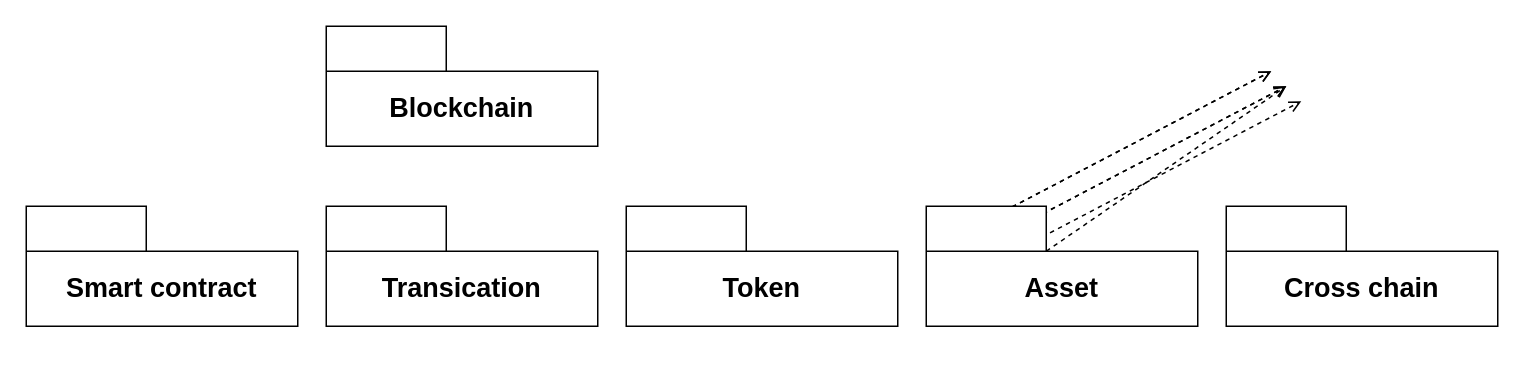
zz0-0/dial_editor keeps this draw.io diagram as page "Package diagram - Blockchain" (16 of 25) of doc/dial_editor.drawio. Above is the earlier version. Source tidied: cells renumbered, new cells numbered last; positions are measured from the earlier drawing's top-left corner, leaving out a move shared by most shapes. Both pictures are drawn from the tidied source at 150%, with x=0, y=0 at pixel (26, 26).
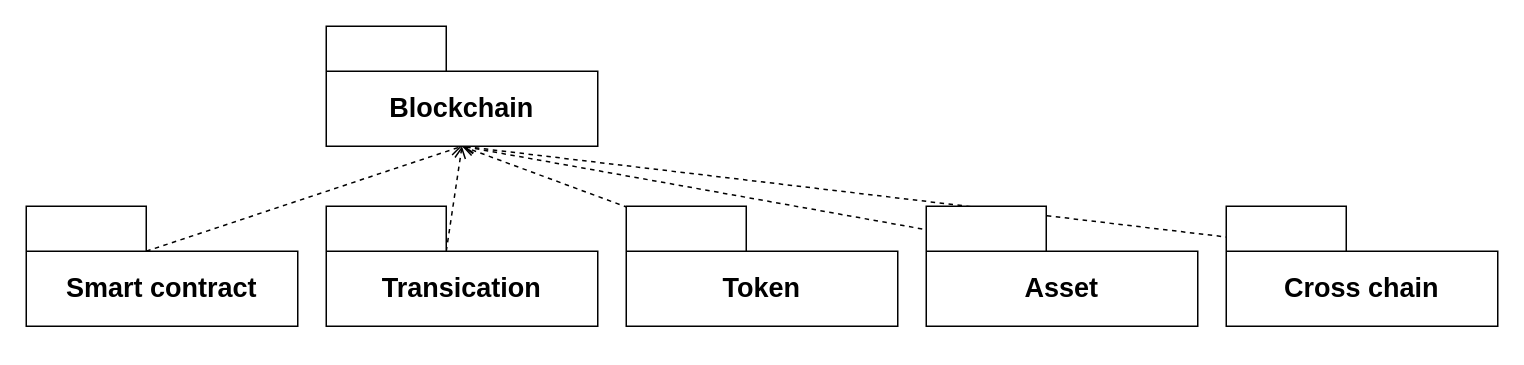
The same diagram, later.

Unchanged cells that the change refers to:
```xml
<mxCell id="8" value="Blockchain" style="shape=folder;fontStyle=1;tabWidth=80;tabHeight=30;tabPosition=left;html=1;boundedLbl=1;whiteSpace=wrap;fontSize=18;" parent="1" vertex="1">
  <mxGeometry x="200" width="181" height="80" as="geometry" />
</mxCell>
<mxCell id="9" value="Smart contract" style="shape=folder;fontStyle=1;tabWidth=80;tabHeight=30;tabPosition=left;html=1;boundedLbl=1;whiteSpace=wrap;fontSize=18;" parent="1" vertex="1">
  <mxGeometry y="120" width="181" height="80" as="geometry" />
</mxCell>
<mxCell id="10" value="Transication" style="shape=folder;fontStyle=1;tabWidth=80;tabHeight=30;tabPosition=left;html=1;boundedLbl=1;whiteSpace=wrap;fontSize=18;" parent="1" vertex="1">
  <mxGeometry x="200" y="120" width="181" height="80" as="geometry" />
</mxCell>
<mxCell id="11" value="Token" style="shape=folder;fontStyle=1;tabWidth=80;tabHeight=30;tabPosition=left;html=1;boundedLbl=1;whiteSpace=wrap;fontSize=18;" parent="1" vertex="1">
  <mxGeometry x="400" y="120" width="181" height="80" as="geometry" />
</mxCell>
<mxCell id="13" value="Asset" style="shape=folder;fontStyle=1;tabWidth=80;tabHeight=30;tabPosition=left;html=1;boundedLbl=1;whiteSpace=wrap;fontSize=18;" parent="1" vertex="1">
  <mxGeometry x="600" y="120" width="181" height="80" as="geometry" />
</mxCell>
<mxCell id="14" value="Cross chain" style="shape=folder;fontStyle=1;tabWidth=80;tabHeight=30;tabPosition=left;html=1;boundedLbl=1;whiteSpace=wrap;fontSize=18;" parent="1" vertex="1">
  <mxGeometry x="800" y="120" width="181" height="80" as="geometry" />
</mxCell>
```

What changed in the source:
```diff
@@
-    <mxCell id="2" style="html=1;verticalAlign=bottom;labelBackgroundColor=none;endArrow=open;endFill=0;dashed=1;rounded=0;exitX=0;exitY=0;exitDx=80;exitDy=30;exitPerimeter=0;entryX=0.5;entryY=1;entryDx=0;entryDy=0;entryPerimeter=0;" parent="1" edge="1">
-      <mxGeometry relative="1" as="geometry">
-        <mxPoint x="620" y="140" as="sourcePoint" />
-        <mxPoint x="830" y="30" as="targetPoint" />
-      </mxGeometry>
+    <mxCell id="2" style="html=1;verticalAlign=bottom;labelBackgroundColor=none;endArrow=open;endFill=0;dashed=1;rounded=0;exitX=0;exitY=0;exitDx=80;exitDy=30;exitPerimeter=0;entryX=0.5;entryY=1;entryDx=0;entryDy=0;entryPerimeter=0;" parent="1" edge="1" source="10" target="8">
+      <mxGeometry relative="1" as="geometry" />
     </mxCell>
-    <mxCell id="3" style="html=1;verticalAlign=bottom;labelBackgroundColor=none;endArrow=open;endFill=0;dashed=1;rounded=0;exitX=0;exitY=0;exitDx=80;exitDy=30;exitPerimeter=0;entryX=0.5;entryY=1;entryDx=0;entryDy=0;entryPerimeter=0;" parent="1" edge="1">
-      <mxGeometry relative="1" as="geometry">
-        <mxPoint x="630" y="150" as="sourcePoint" />
-        <mxPoint x="840" y="40" as="targetPoint" />
-      </mxGeometry>
+    <mxCell id="3" style="html=1;verticalAlign=bottom;labelBackgroundColor=none;endArrow=open;endFill=0;dashed=1;rounded=0;exitX=0;exitY=0;exitDx=80;exitDy=30;exitPerimeter=0;entryX=0.5;entryY=1;entryDx=0;entryDy=0;entryPerimeter=0;" parent="1" edge="1" source="13" target="8">
+      <mxGeometry relative="1" as="geometry" />
     </mxCell>
-    <mxCell id="4" style="html=1;verticalAlign=bottom;labelBackgroundColor=none;endArrow=open;endFill=0;dashed=1;rounded=0;exitX=0;exitY=0;exitDx=80;exitDy=30;exitPerimeter=0;entryX=0.5;entryY=1;entryDx=0;entryDy=0;entryPerimeter=0;" parent="1" edge="1">
-      <mxGeometry relative="1" as="geometry">
-        <mxPoint x="620" y="140" as="sourcePoint" />
-        <mxPoint x="830" y="30" as="targetPoint" />
-      </mxGeometry>
+    <mxCell id="4" style="html=1;verticalAlign=bottom;labelBackgroundColor=none;endArrow=open;endFill=0;dashed=1;rounded=0;exitX=0;exitY=0;exitDx=80;exitDy=30;exitPerimeter=0;entryX=0.5;entryY=1;entryDx=0;entryDy=0;entryPerimeter=0;" parent="1" edge="1" source="9" target="8">
+      <mxGeometry relative="1" as="geometry" />
     </mxCell>
-    <mxCell id="5" style="html=1;verticalAlign=bottom;labelBackgroundColor=none;endArrow=open;endFill=0;dashed=1;rounded=0;exitX=0;exitY=0;exitDx=80;exitDy=30;exitPerimeter=0;entryX=0.5;entryY=1;entryDx=0;entryDy=0;entryPerimeter=0;" parent="1" edge="1">
-      <mxGeometry relative="1" as="geometry">
-        <mxPoint x="630" y="150" as="sourcePoint" />
-        <mxPoint x="840" y="40" as="targetPoint" />
-      </mxGeometry>
+    <mxCell id="5" style="html=1;verticalAlign=bottom;labelBackgroundColor=none;endArrow=open;endFill=0;dashed=1;rounded=0;exitX=0;exitY=0;exitDx=80;exitDy=30;exitPerimeter=0;entryX=0.5;entryY=1;entryDx=0;entryDy=0;entryPerimeter=0;" parent="1" edge="1" source="11" target="8">
+      <mxGeometry relative="1" as="geometry" />
     </mxCell>
-    <mxCell id="6" style="html=1;verticalAlign=bottom;labelBackgroundColor=none;endArrow=open;endFill=0;dashed=1;rounded=0;exitX=0;exitY=0;exitDx=80;exitDy=30;exitPerimeter=0;entryX=0.5;entryY=1;entryDx=0;entryDy=0;entryPerimeter=0;" parent="1" edge="1" source="13">
-      <mxGeometry relative="1" as="geometry">
-        <mxPoint x="840" y="40" as="targetPoint" />
-      </mxGeometry>
+    <mxCell id="6" style="html=1;verticalAlign=bottom;labelBackgroundColor=none;endArrow=open;endFill=0;dashed=1;rounded=0;exitX=0;exitY=0;exitDx=80;exitDy=30;exitPerimeter=0;entryX=0.5;entryY=1;entryDx=0;entryDy=0;entryPerimeter=0;" parent="1" edge="1" source="14" target="8">
+      <mxGeometry relative="1" as="geometry" />
     </mxCell>
-    <mxCell id="7" style="html=1;verticalAlign=bottom;labelBackgroundColor=none;endArrow=open;endFill=0;dashed=1;rounded=0;exitX=0;exitY=0;exitDx=80;exitDy=30;exitPerimeter=0;entryX=0.5;entryY=1;entryDx=0;entryDy=0;entryPerimeter=0;" parent="1" edge="1">
-      <mxGeometry relative="1" as="geometry">
-        <mxPoint x="640" y="160" as="sourcePoint" />
-        <mxPoint x="850" y="50" as="targetPoint" />
-      </mxGeometry>
-    </mxCell>
```
